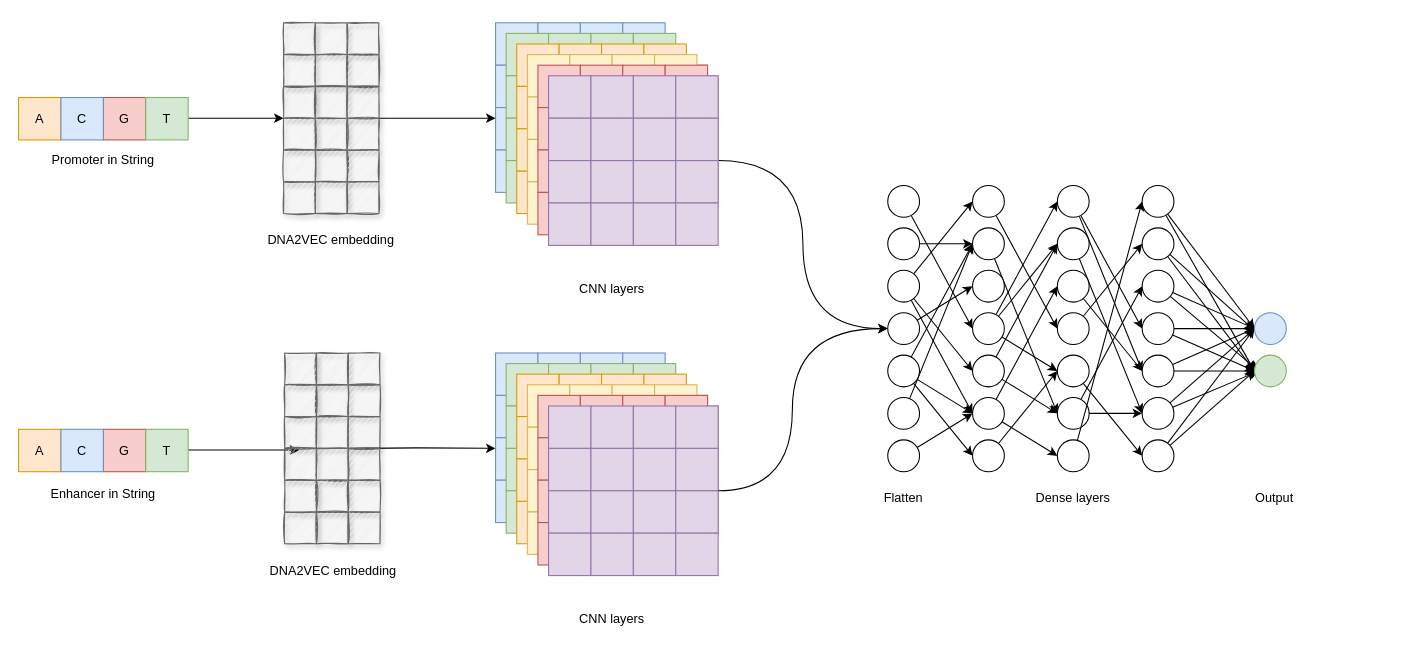
The draw.io diagram embedding_cnn_two_branch.drawio in NaiveTom/draw.io, before the edit. Source tidied: cells renumbered, new cells numbered last; positions are measured from the earlier drawing's top-left corner, leaving out a move shared by most shapes. Both pictures are drawn from the tidied source at 106%, with x=0, y=0 at pixel (18, 22).
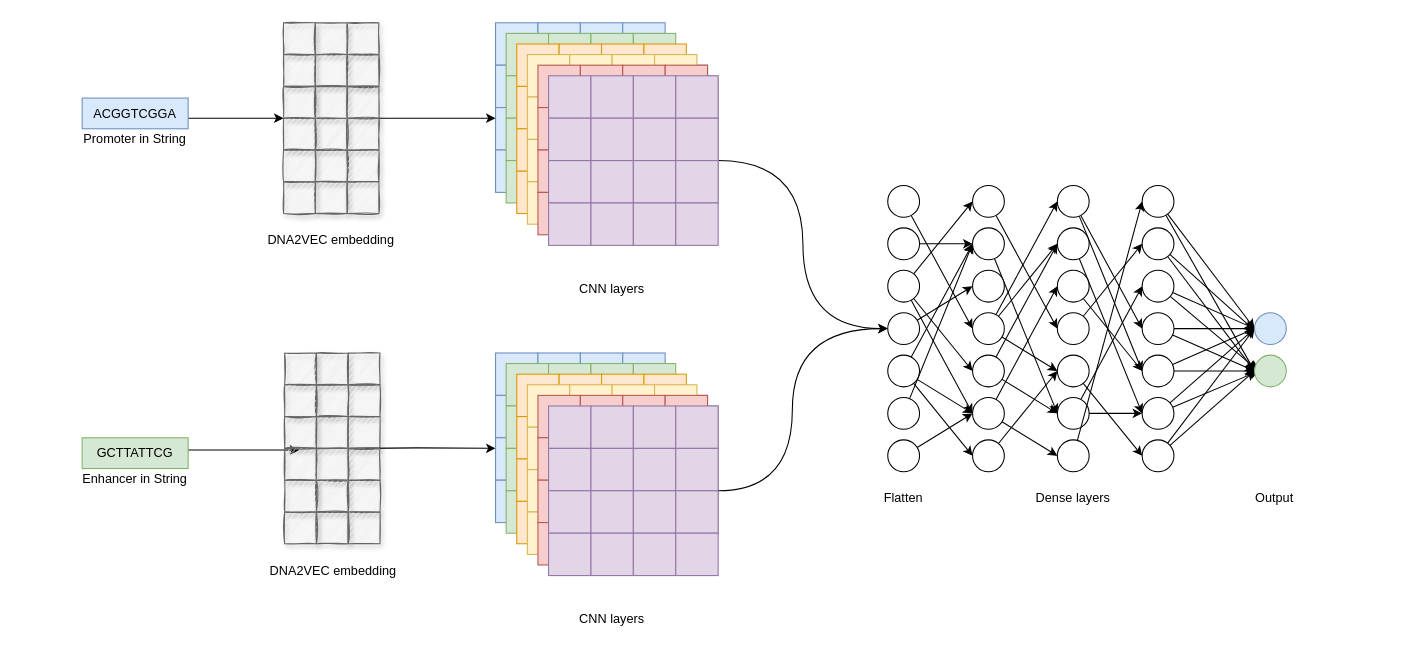
After the change.

Diff of the diagram source:
```diff
@@
     <mxCell id="329" value="&lt;div&gt;Promoter in String&lt;/div&gt;" style="text;html=1;strokeColor=none;fillColor=none;align=center;verticalAlign=middle;whiteSpace=wrap;rounded=0;" parent="1" vertex="1">
-      <mxGeometry y="119.5" width="160" height="20" as="geometry" />
+      <mxGeometry x="30" y="100" width="160" height="20" as="geometry" />
     </mxCell>
-    <mxCell id="330" style="rounded=0;whiteSpace=wrap;html=1;fillColor=#f8cecc;strokeColor=#b85450;" parent="1" vertex="1">
-      <mxGeometry x="80" y="70.5" width="40" height="40" as="geometry" />
-    </mxCell>
-    <mxCell id="331" value="G" style="text;html=1;strokeColor=none;fillColor=none;align=center;verticalAlign=middle;whiteSpace=wrap;rounded=0;" parent="1" vertex="1">
-      <mxGeometry x="80" y="80.5" width="40" height="20" as="geometry" />
-    </mxCell>
-    <mxCell id="332" style="rounded=0;whiteSpace=wrap;html=1;fillColor=#d5e8d4;strokeColor=#82b366;" parent="1" vertex="1">
-      <mxGeometry x="120" y="70.5" width="40" height="40" as="geometry" />
-    </mxCell>
-    <mxCell id="333" value="T" style="text;html=1;strokeColor=none;fillColor=none;align=center;verticalAlign=middle;whiteSpace=wrap;rounded=0;" parent="1" vertex="1">
-      <mxGeometry x="120" y="80.5" width="40" height="20" as="geometry" />
-    </mxCell>
     <mxCell id="334" value="&lt;div&gt;Enhancer in String&lt;/div&gt;" style="text;html=1;strokeColor=none;fillColor=none;align=center;verticalAlign=middle;whiteSpace=wrap;rounded=0;" parent="1" vertex="1">
-      <mxGeometry y="434.5" width="160" height="20" as="geometry" />
+      <mxGeometry x="30" y="420.5" width="160" height="20" as="geometry" />
     </mxCell>
-    <mxCell id="335" style="rounded=0;whiteSpace=wrap;html=1;fillColor=#ffe6cc;strokeColor=#d79b00;" parent="1" vertex="1">
-      <mxGeometry y="70.5" width="40" height="40" as="geometry" />
-    </mxCell>
-    <mxCell id="336" value="&lt;div&gt;A&lt;/div&gt;" style="text;html=1;strokeColor=none;fillColor=none;align=center;verticalAlign=middle;whiteSpace=wrap;rounded=0;" parent="1" vertex="1">
-      <mxGeometry y="80.5" width="40" height="20" as="geometry" />
-    </mxCell>
-    <mxCell id="337" style="rounded=0;whiteSpace=wrap;html=1;fillColor=#dae8fc;strokeColor=#6c8ebf;" parent="1" vertex="1">
-      <mxGeometry x="40" y="70.5" width="40" height="40" as="geometry" />
-    </mxCell>
-    <mxCell id="338" value="C" style="text;html=1;strokeColor=none;fillColor=none;align=center;verticalAlign=middle;whiteSpace=wrap;rounded=0;" parent="1" vertex="1">
-      <mxGeometry x="40" y="80.5" width="40" height="20" as="geometry" />
-    </mxCell>
-    <mxCell id="339" style="rounded=0;whiteSpace=wrap;html=1;fillColor=#f8cecc;strokeColor=#b85450;" parent="1" vertex="1">
-      <mxGeometry x="80" y="383.5" width="40" height="40" as="geometry" />
-    </mxCell>
-    <mxCell id="340" value="G" style="text;html=1;strokeColor=none;fillColor=none;align=center;verticalAlign=middle;whiteSpace=wrap;rounded=0;" parent="1" vertex="1">
-      <mxGeometry x="80" y="393.5" width="40" height="20" as="geometry" />
-    </mxCell>
-    <mxCell id="341" style="rounded=0;whiteSpace=wrap;html=1;fillColor=#d5e8d4;strokeColor=#82b366;" parent="1" vertex="1">
-      <mxGeometry x="120" y="383.5" width="40" height="40" as="geometry" />
-    </mxCell>
-    <mxCell id="342" value="T" style="text;html=1;strokeColor=none;fillColor=none;align=center;verticalAlign=middle;whiteSpace=wrap;rounded=0;" parent="1" vertex="1">
-      <mxGeometry x="120" y="393.5" width="40" height="20" as="geometry" />
-    </mxCell>
-    <mxCell id="343" style="rounded=0;whiteSpace=wrap;html=1;fillColor=#ffe6cc;strokeColor=#d79b00;" parent="1" vertex="1">
-      <mxGeometry y="383.5" width="40" height="40" as="geometry" />
-    </mxCell>
-    <mxCell id="344" value="&lt;div&gt;A&lt;/div&gt;" style="text;html=1;strokeColor=none;fillColor=none;align=center;verticalAlign=middle;whiteSpace=wrap;rounded=0;" parent="1" vertex="1">
-      <mxGeometry y="393.5" width="40" height="20" as="geometry" />
-    </mxCell>
-    <mxCell id="345" style="rounded=0;whiteSpace=wrap;html=1;fillColor=#dae8fc;strokeColor=#6c8ebf;" parent="1" vertex="1">
-      <mxGeometry x="40" y="383.5" width="40" height="40" as="geometry" />
-    </mxCell>
-    <mxCell id="346" value="C" style="text;html=1;strokeColor=none;fillColor=none;align=center;verticalAlign=middle;whiteSpace=wrap;rounded=0;" parent="1" vertex="1">
-      <mxGeometry x="40" y="393.5" width="40" height="20" as="geometry" />
-    </mxCell>
+    <mxCell id="347" value="&lt;div&gt;ACGGTCGGA&lt;/div&gt;" style="text;html=1;strokeColor=#6c8ebf;fillColor=#dae8fc;align=center;verticalAlign=middle;whiteSpace=wrap;rounded=0;" parent="1" vertex="1">
+      <mxGeometry x="60" y="71" width="100" height="29" as="geometry" />
+    </mxCell>
+    <mxCell id="348" value="GCTTATTCG" style="text;html=1;strokeColor=#82b366;fillColor=#d5e8d4;align=center;verticalAlign=middle;whiteSpace=wrap;rounded=0;" parent="1" vertex="1">
+      <mxGeometry x="60" y="391.5" width="100" height="29" as="geometry" />
+    </mxCell>
```
